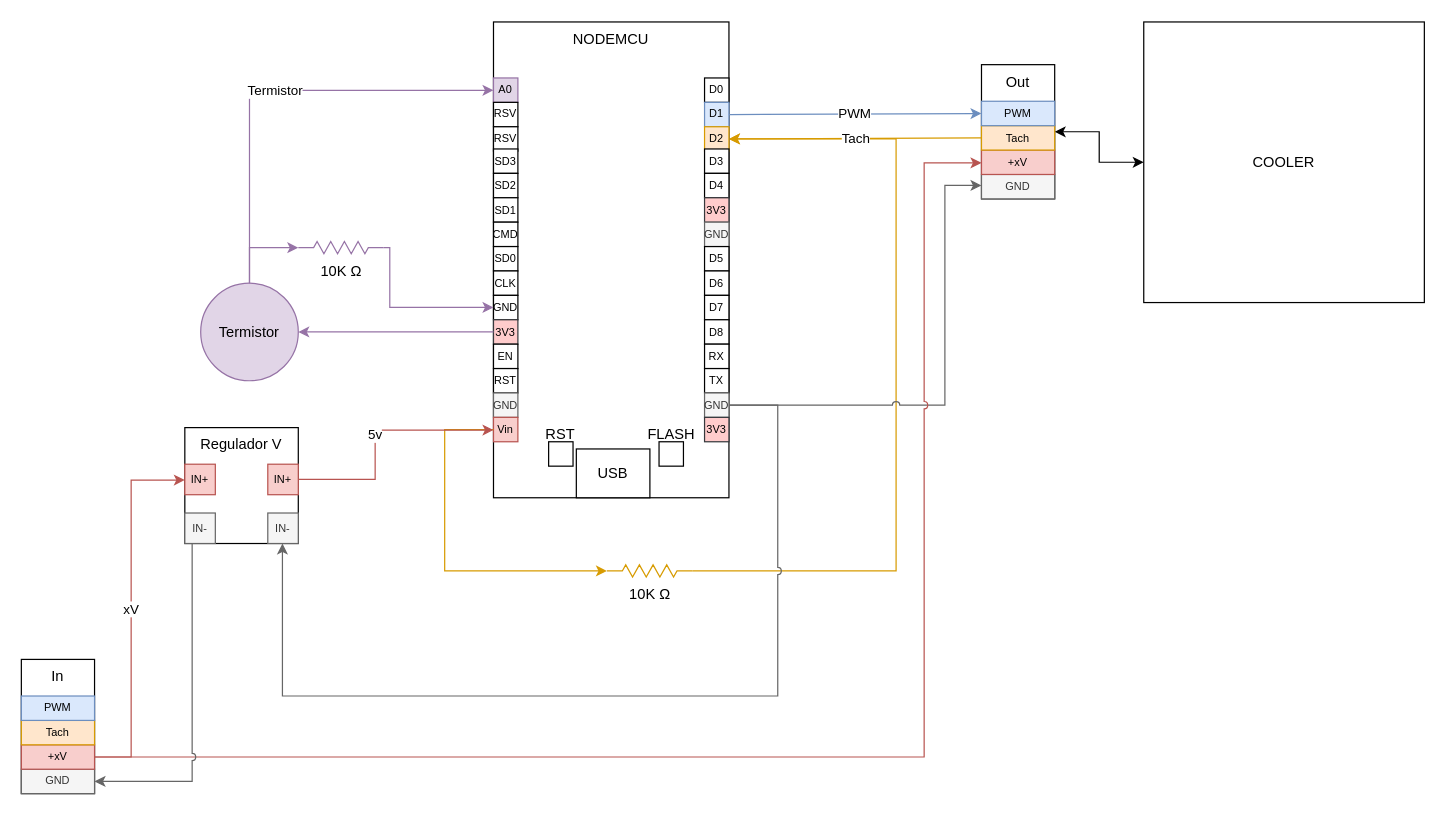
ianalexis/MicroFanController keeps this draw.io diagram as page "PC PWM" (1 of 2) of Esquema de conexiones.drawio. Above is the earlier version. Source tidied: cells renumbered, new cells numbered last; positions are measured from the earlier drawing's top-left corner, leaving out a move shared by most shapes. Both pictures are drawn from the tidied source at 122%, with x=0, y=0 at pixel (21, 22).
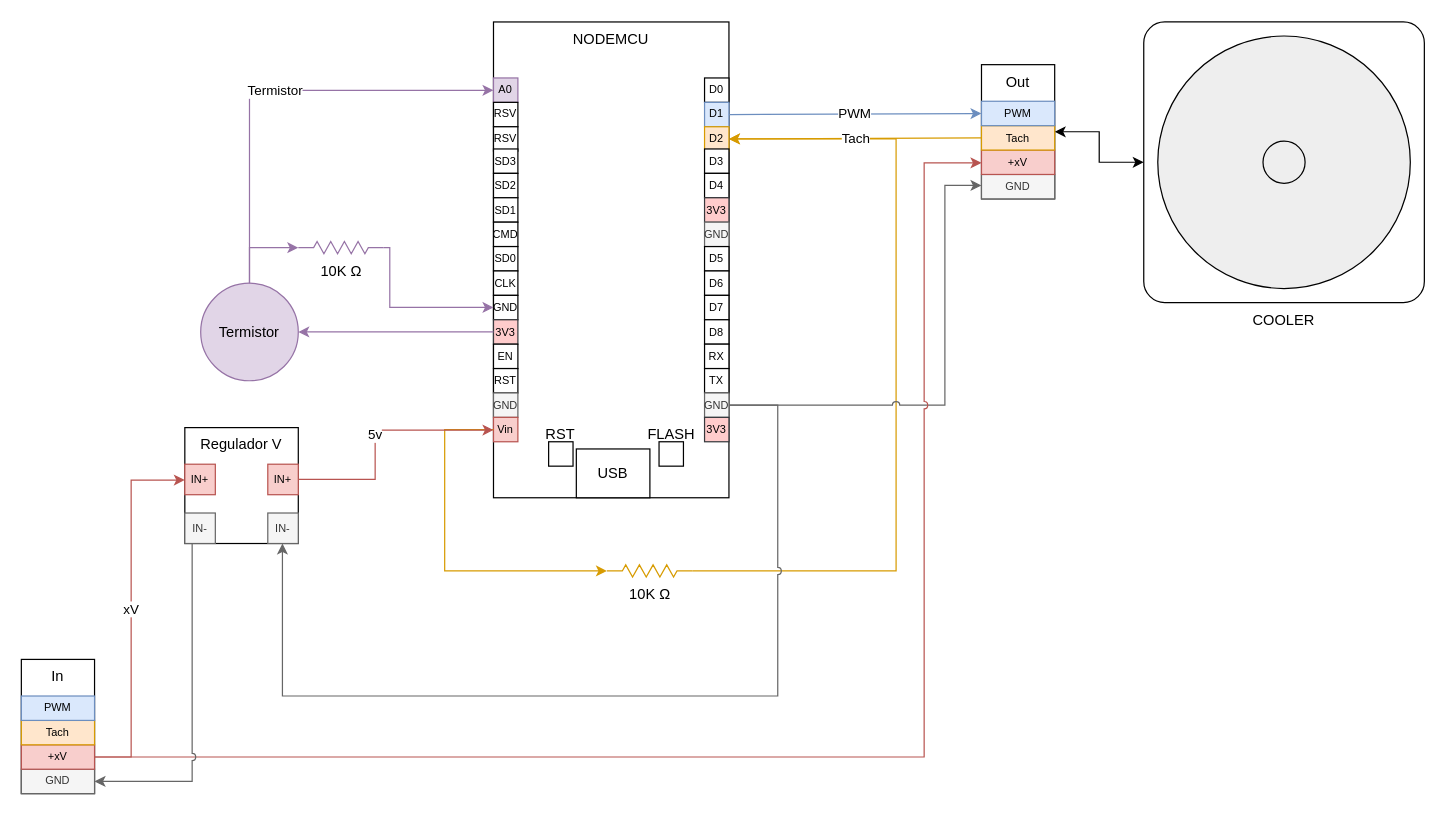
The same diagram, later.

The edit, as a diff of the source:
```diff
@@
-    <mxCell id="44" value="COOLER" style="whiteSpace=wrap;html=1;" parent="1" vertex="1">
+    <mxCell id="44" value="COOLER" style="whiteSpace=wrap;html=1;verticalLabelPosition=bottom;verticalAlign=top;shape=mxgraph.floorplan.water_cooler;" parent="1" vertex="1">
       <mxGeometry x="920" y="-0.5" width="230" height="230" as="geometry" />
     </mxCell>
```
